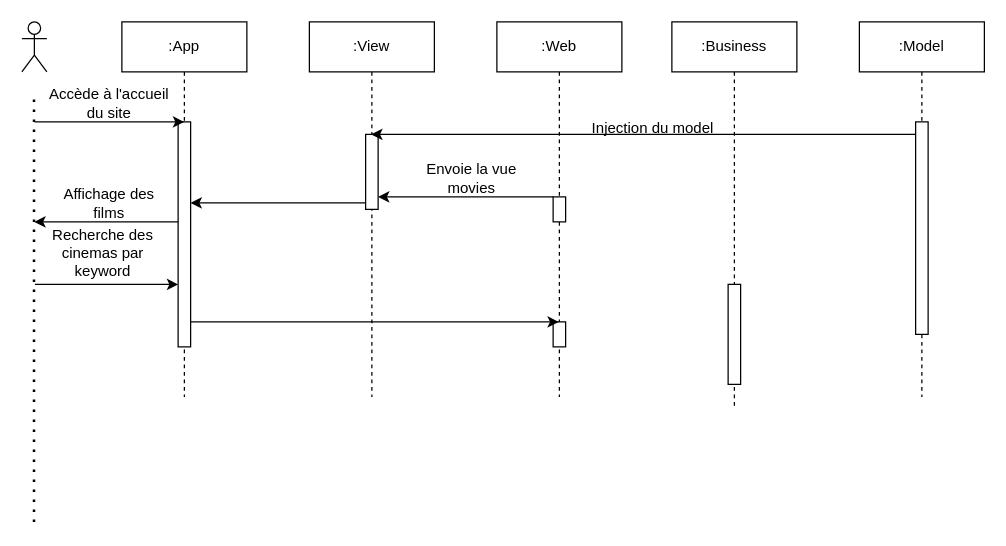
This is assets/diagramme de séquence distopia.drawio from Merytxell/disto, a draw.io file, before an edit. Source tidied: cells renumbered, new cells numbered last; positions are measured from the earlier drawing's top-left corner, leaving out a move shared by most shapes. Both pictures are drawn from the tidied source at 125%, with x=0, y=0 at pixel (21, 21).
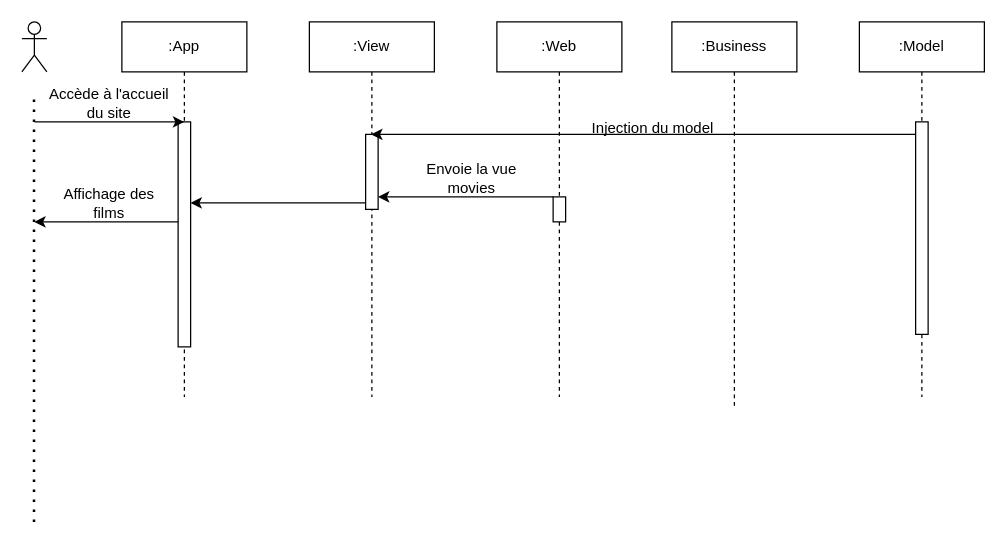
Above is the later version.

Commit message (it also covers changes not shown here):
correction des diagrammes

Unchanged cells that the change refers to:
```xml
<mxCell id="3" style="html=1;points=[];perimeter=orthogonalPerimeter;outlineConnect=0;targetShapes=umlLifeline;portConstraint=eastwest;newEdgeStyle={&quot;edgeStyle&quot;:&quot;elbowEdgeStyle&quot;,&quot;elbow&quot;:&quot;vertical&quot;,&quot;curved&quot;:0,&quot;rounded&quot;:0};" parent="2" vertex="1">
  <mxGeometry x="45" y="80" width="10" height="180" as="geometry" />
</mxCell>
<mxCell id="8" value=":Web" style="shape=umlLifeline;perimeter=lifelinePerimeter;whiteSpace=wrap;html=1;outlineConnect=0;portConstraint=eastwest;newEdgeStyle={&quot;edgeStyle&quot;:&quot;elbowEdgeStyle&quot;,&quot;elbow&quot;:&quot;vertical&quot;,&quot;curved&quot;:0,&quot;rounded&quot;:0};" parent="1" vertex="1">
  <mxGeometry x="380" width="100" height="300" as="geometry" />
</mxCell>
<mxCell id="11" value=":Business" style="shape=umlLifeline;perimeter=lifelinePerimeter;whiteSpace=wrap;html=1;newEdgeStyle={&quot;edgeStyle&quot;:&quot;elbowEdgeStyle&quot;,&quot;elbow&quot;:&quot;vertical&quot;,&quot;curved&quot;:0,&quot;rounded&quot;:0};" parent="1" vertex="1">
  <mxGeometry x="520" width="100" height="310" as="geometry" />
</mxCell>
```

What changed in the source:
```diff
@@
-    <mxCell id="10" style="html=1;perimeter=orthogonalPerimeter;targetShapes=umlLifeline;newEdgeStyle={&quot;edgeStyle&quot;:&quot;elbowEdgeStyle&quot;,&quot;elbow&quot;:&quot;vertical&quot;,&quot;curved&quot;:0,&quot;rounded&quot;:0};" parent="8" vertex="1">
-      <mxGeometry x="45" y="240" width="10" height="20" as="geometry" />
-    </mxCell>
@@
-    <mxCell id="12" style="html=1;perimeter=orthogonalPerimeter;targetShapes=umlLifeline;newEdgeStyle={&quot;edgeStyle&quot;:&quot;elbowEdgeStyle&quot;,&quot;elbow&quot;:&quot;vertical&quot;,&quot;curved&quot;:0,&quot;rounded&quot;:0};" parent="11" vertex="1">
-      <mxGeometry x="45" y="210" width="10" height="80" as="geometry" />
-    </mxCell>
@@
-    <mxCell id="24" style="endArrow=classic;html=1;rounded=0;" parent="1" edge="1" target="3">
-      <mxGeometry relative="1" as="geometry">
-        <mxPoint x="10.5" y="210" as="sourcePoint" />
-      </mxGeometry>
-    </mxCell>
-    <mxCell id="25" value="Recherche des cinemas par keyword" style="text;html=1;align=center;verticalAlign=middle;whiteSpace=wrap;rounded=0;" parent="1" vertex="1">
-      <mxGeometry x="20" y="170" width="90" height="30" as="geometry" />
-    </mxCell>
-    <mxCell id="26" style="endArrow=classic;html=1;rounded=0;" parent="1" edge="1" target="8">
-      <mxGeometry relative="1" as="geometry">
-        <mxPoint x="135" y="240" as="sourcePoint" />
-      </mxGeometry>
-    </mxCell>
```
